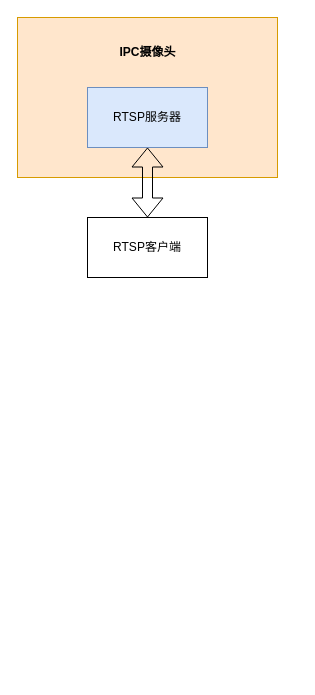
This is page "rtsp" (14 of 15) of 未命名绘图.drawio from chendong-2023/cmd, a draw.io file, before an edit. Source tidied: cells renumbered, new cells numbered last; positions are measured from the earlier drawing's top-left corner, leaving out a move shared by most shapes. Both pictures are drawn from the tidied source at 100%, with x=0, y=0 at pixel (17, 17).
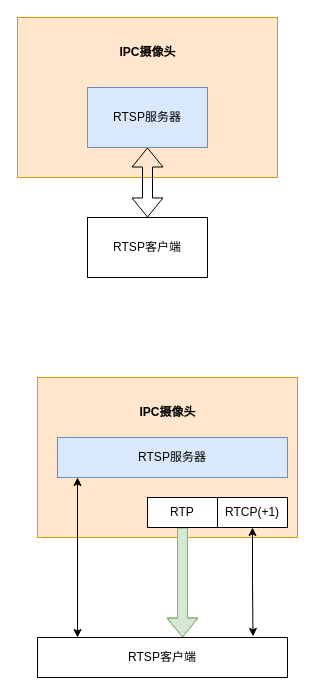
The same diagram, later.

Commit message (it also covers changes not shown here):
更新未命名绘图.drawio

Diff of the diagram source:
```diff
@@
 <mxGraphModel>
   <root>
     <mxCell id="0" />
     <mxCell id="1" parent="0" />
     <mxCell id="2" style="whiteSpace=wrap;html=1;fillColor=#ffe6cc;strokeColor=#d79b00;" parent="1" vertex="1">
       <mxGeometry width="260" height="160" as="geometry" />
     </mxCell>
     <mxCell id="3" value="RTSP服务器" style="whiteSpace=wrap;html=1;fillColor=#dae8fc;strokeColor=#6c8ebf;" parent="1" vertex="1">
       <mxGeometry x="70" y="70" width="120" height="60" as="geometry" />
     </mxCell>
     <mxCell id="4" value="RTSP客户端" style="whiteSpace=wrap;html=1;" parent="1" vertex="1">
       <mxGeometry x="70" y="200" width="120" height="60" as="geometry" />
     </mxCell>
     <mxCell id="5" value="IPC摄像头" style="text;html=1;align=center;verticalAlign=middle;strokeColor=none;fillColor=none;fontStyle=1;" parent="1" vertex="1">
       <mxGeometry x="90" y="20" width="80" height="30" as="geometry" />
     </mxCell>
     <mxCell id="6" style="shape=flexArrow;endArrow=classic;startArrow=classic;html=1;rounded=0;" parent="1" edge="1" source="4">
       <mxGeometry relative="1" as="geometry">
         <mxPoint x="130" y="130" as="targetPoint" />
       </mxGeometry>
     </mxCell>
+    <mxCell id="7" style="whiteSpace=wrap;html=1;fillColor=#ffe6cc;strokeColor=#d79b00;" parent="1" vertex="1">
+      <mxGeometry x="20" y="360" width="260" height="160" as="geometry" />
+    </mxCell>
+    <mxCell id="8" value="RTSP服务器" style="whiteSpace=wrap;html=1;fillColor=#dae8fc;strokeColor=#6c8ebf;" parent="1" vertex="1">
+      <mxGeometry x="40" y="420" width="230" height="40" as="geometry" />
+    </mxCell>
+    <mxCell id="9" value="RTSP客户端" style="whiteSpace=wrap;html=1;" parent="1" vertex="1">
+      <mxGeometry x="20" y="620" width="250" height="40" as="geometry" />
+    </mxCell>
+    <mxCell id="10" value="IPC摄像头" style="text;html=1;align=center;verticalAlign=middle;strokeColor=none;fillColor=none;fontStyle=1;" parent="1" vertex="1">
+      <mxGeometry x="110" y="380" width="80" height="30" as="geometry" />
+    </mxCell>
+    <mxCell id="11" style="edgeStyle=orthogonalEdgeStyle;rounded=0;jettySize=auto;html=1;shape=flexArrow;fillColor=#d5e8d4;strokeColor=#82b366;" parent="1" edge="1" source="12" target="9">
+      <mxGeometry relative="1" as="geometry">
+        <Array as="points">
+          <mxPoint x="165" y="590" />
+          <mxPoint x="165" y="590" />
+        </Array>
+      </mxGeometry>
+    </mxCell>
+    <mxCell id="12" value="RTP" style="whiteSpace=wrap;html=1;" parent="1" vertex="1">
+      <mxGeometry x="130" y="480" width="70" height="30" as="geometry" />
+    </mxCell>
+    <mxCell id="13" style="edgeStyle=orthogonalEdgeStyle;rounded=0;jettySize=auto;html=1;entryX=0.862;entryY=-0.028;entryDx=0;entryDy=0;entryPerimeter=0;startArrow=classic;startFill=1;" parent="1" edge="1" source="14" target="9">
+      <mxGeometry relative="1" as="geometry" />
+    </mxCell>
+    <mxCell id="14" value="RTCP(+1)" style="whiteSpace=wrap;html=1;" parent="1" vertex="1">
+      <mxGeometry x="200" y="480" width="70" height="30" as="geometry" />
+    </mxCell>
+    <mxCell id="15" style="endArrow=classic;startArrow=classic;html=1;rounded=0;" parent="1" edge="1">
+      <mxGeometry relative="1" as="geometry">
+        <mxPoint x="60" y="620" as="sourcePoint" />
+        <mxPoint x="60" y="460" as="targetPoint" />
+      </mxGeometry>
+    </mxCell>
   </root>
 </mxGraphModel>
```
